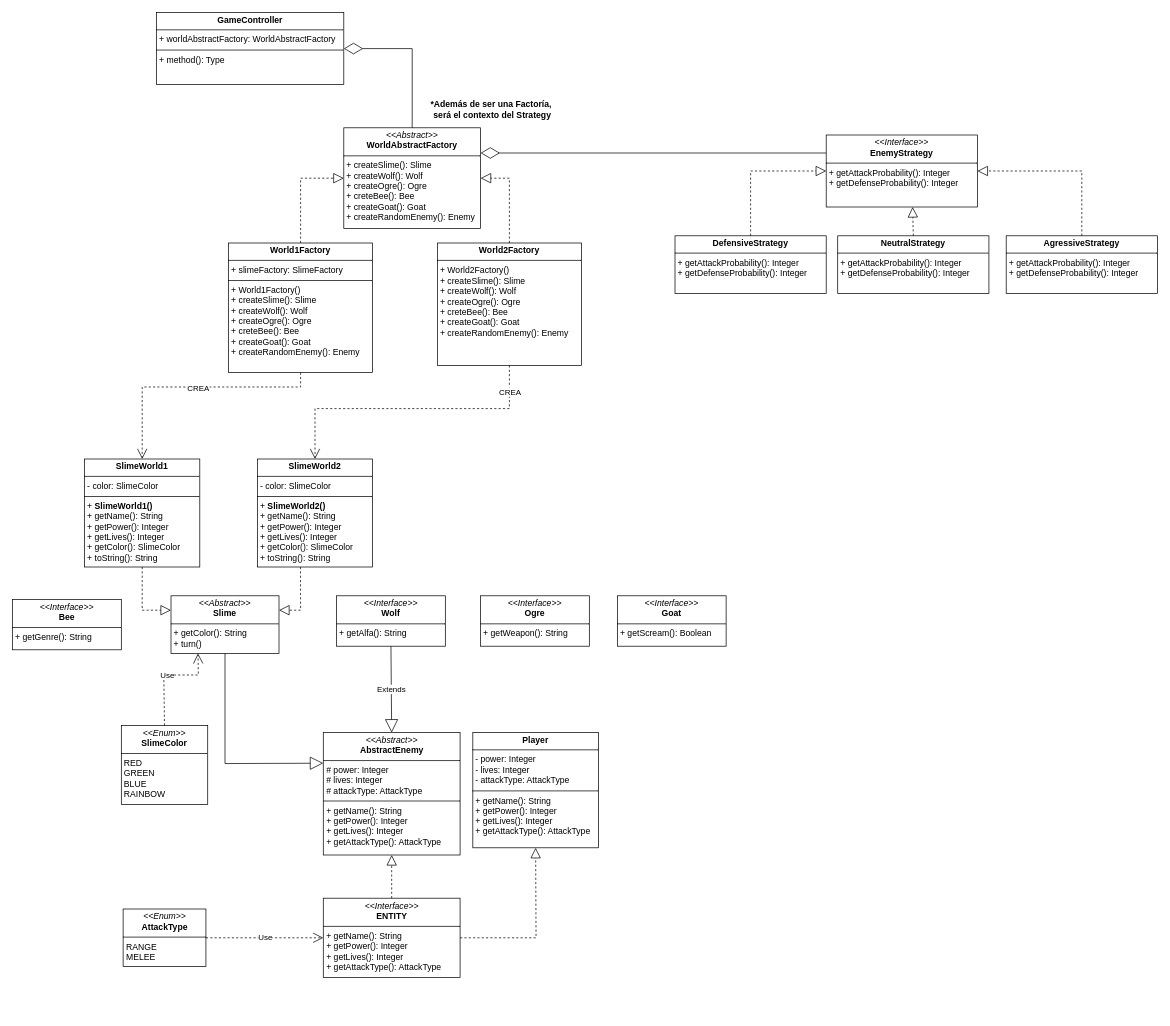
The draw.io diagram UML/DIAGRAMATRABAJOFINAL.drawio in Ronambulo/Juego-isekai-java, before the edit. Source tidied: cells renumbered, new cells numbered last; positions are measured from the earlier drawing's top-left corner, leaving out a move shared by most shapes. Both pictures are drawn from the tidied source at 72%, with x=0, y=0 at pixel (12, 12).
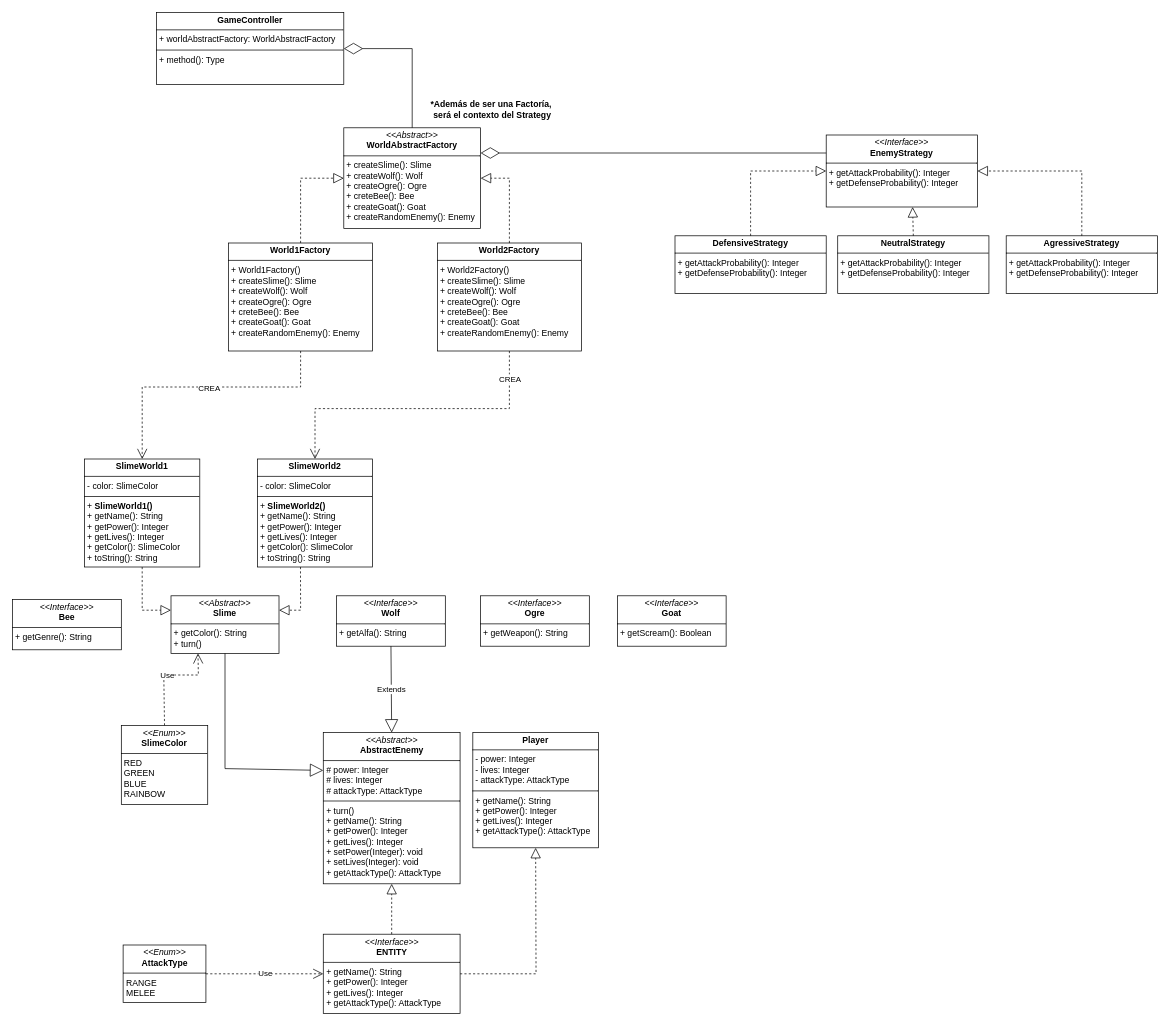
The same page after the edit.

Commit message:
Modificado UML, falta añadir metodos

Unchanged cells that the change refers to:
```xml
<mxCell id="14" value="&lt;p style=&quot;margin:0px;margin-top:4px;text-align:center;&quot;&gt;&lt;i&gt;&amp;lt;&amp;lt;Abstract&amp;gt;&amp;gt;&lt;/i&gt;&lt;br&gt;&lt;b&gt;Slime&lt;/b&gt;&lt;/p&gt;&lt;hr size=&quot;1&quot; style=&quot;border-style:solid;&quot;&gt;&lt;p style=&quot;margin:0px;margin-left:4px;&quot;&gt;&lt;/p&gt;&lt;p style=&quot;margin:0px;margin-left:4px;&quot;&gt;+ getColor(): String&lt;/p&gt;&lt;p style=&quot;margin:0px;margin-left:4px;&quot;&gt;+ turn()&lt;/p&gt;" style="verticalAlign=top;align=left;overflow=fill;html=1;whiteSpace=wrap;" parent="1" vertex="1">
  <mxGeometry x="220" y="810" width="150" height="80" as="geometry" />
</mxCell>
<mxCell id="40" value="&lt;p style=&quot;margin:0px;margin-top:4px;text-align:center;&quot;&gt;&lt;b&gt;Player&lt;/b&gt;&lt;/p&gt;&lt;hr size=&quot;1&quot; style=&quot;border-style:solid;&quot;&gt;&lt;p style=&quot;margin: 0px 0px 0px 4px;&quot;&gt;- power: Integer&lt;/p&gt;&lt;p style=&quot;margin: 0px 0px 0px 4px;&quot;&gt;- lives: Integer&lt;/p&gt;&lt;p style=&quot;margin: 0px 0px 0px 4px;&quot;&gt;- attackType: AttackType&lt;/p&gt;&lt;hr style=&quot;border-style: solid;&quot; size=&quot;1&quot;&gt;&lt;p style=&quot;margin: 0px 0px 0px 4px;&quot;&gt;+ getName(): String&lt;/p&gt;&lt;p style=&quot;margin: 0px 0px 0px 4px;&quot;&gt;+ getPower(): Integer&lt;/p&gt;&lt;p style=&quot;margin: 0px 0px 0px 4px;&quot;&gt;+ getLives(): Integer&lt;/p&gt;&lt;p style=&quot;margin: 0px 0px 0px 4px;&quot;&gt;+ getAttackType(): AttackType&lt;/p&gt;" style="verticalAlign=top;align=left;overflow=fill;html=1;whiteSpace=wrap;" parent="1" vertex="1">
  <mxGeometry x="639.2" y="1000" width="174.5" height="160" as="geometry" />
</mxCell>
```

Change to the diagram source:
```diff
@@
-    <mxCell id="5" value="&lt;p style=&quot;margin:0px;margin-top:4px;text-align:center;&quot;&gt;&lt;b&gt;World1Factory&lt;/b&gt;&lt;/p&gt;&lt;hr size=&quot;1&quot; style=&quot;border-style:solid;&quot;&gt;&lt;p style=&quot;margin:0px;margin-left:4px;&quot;&gt;&lt;span style=&quot;background-color: initial;&quot;&gt;+ slimeFactory: SlimeFactory&lt;/span&gt;&lt;br&gt;&lt;/p&gt;&lt;hr size=&quot;1&quot; style=&quot;border-style:solid;&quot;&gt;&lt;p style=&quot;margin:0px;margin-left:4px;&quot;&gt;+ World1Factory()&lt;br&gt;&lt;/p&gt;&lt;p style=&quot;margin:0px;margin-left:4px;&quot;&gt;+ createSlime(): Slime&lt;/p&gt;&lt;p style=&quot;margin:0px;margin-left:4px;&quot;&gt;+ createWolf(): Wolf&lt;/p&gt;&lt;p style=&quot;margin:0px;margin-left:4px;&quot;&gt;+ createOgre(): Ogre&lt;/p&gt;&lt;p style=&quot;margin:0px;margin-left:4px;&quot;&gt;+ creteBee(): Bee&lt;/p&gt;&lt;p style=&quot;margin:0px;margin-left:4px;&quot;&gt;+ createGoat(): Goat&lt;br&gt;&lt;/p&gt;&lt;p style=&quot;margin:0px;margin-left:4px;&quot;&gt;+ createRandomEnemy(): Enemy&lt;/p&gt;" style="verticalAlign=top;align=left;overflow=fill;html=1;whiteSpace=wrap;" parent="1" vertex="1">
-      <mxGeometry x="300" y="320" width="200" height="180" as="geometry" />
+    <mxCell id="5" value="&lt;p style=&quot;margin:0px;margin-top:4px;text-align:center;&quot;&gt;&lt;b&gt;World1Factory&lt;/b&gt;&lt;/p&gt;&lt;hr size=&quot;1&quot; style=&quot;border-style:solid;&quot;&gt;&lt;p style=&quot;margin:0px;margin-left:4px;&quot;&gt;&lt;/p&gt;&lt;p style=&quot;margin:0px;margin-left:4px;&quot;&gt;+ World1Factory()&lt;br&gt;&lt;/p&gt;&lt;p style=&quot;margin:0px;margin-left:4px;&quot;&gt;+ createSlime(): Slime&lt;/p&gt;&lt;p style=&quot;margin:0px;margin-left:4px;&quot;&gt;+ createWolf(): Wolf&lt;/p&gt;&lt;p style=&quot;margin:0px;margin-left:4px;&quot;&gt;+ createOgre(): Ogre&lt;/p&gt;&lt;p style=&quot;margin:0px;margin-left:4px;&quot;&gt;+ creteBee(): Bee&lt;/p&gt;&lt;p style=&quot;margin:0px;margin-left:4px;&quot;&gt;+ createGoat(): Goat&lt;br&gt;&lt;/p&gt;&lt;p style=&quot;margin:0px;margin-left:4px;&quot;&gt;+ createRandomEnemy(): Enemy&lt;/p&gt;" style="verticalAlign=top;align=left;overflow=fill;html=1;whiteSpace=wrap;" parent="1" vertex="1">
+      <mxGeometry x="300" y="320" width="200" height="150" as="geometry" />
     </mxCell>
@@
     <mxCell id="8" value="&lt;p style=&quot;margin:0px;margin-top:4px;text-align:center;&quot;&gt;&lt;b&gt;World2Factory&lt;/b&gt;&lt;/p&gt;&lt;hr size=&quot;1&quot; style=&quot;border-style:solid;&quot;&gt;&lt;p style=&quot;margin:0px;margin-left:4px;&quot;&gt;&lt;/p&gt;&lt;p style=&quot;margin:0px;margin-left:4px;&quot;&gt;+ World2Factory()&lt;br&gt;&lt;/p&gt;&lt;p style=&quot;margin:0px;margin-left:4px;&quot;&gt;+ createSlime(): Slime&lt;/p&gt;&lt;p style=&quot;margin:0px;margin-left:4px;&quot;&gt;+ createWolf(): Wolf&lt;/p&gt;&lt;p style=&quot;margin:0px;margin-left:4px;&quot;&gt;+ createOgre(): Ogre&lt;/p&gt;&lt;p style=&quot;margin:0px;margin-left:4px;&quot;&gt;+ creteBee(): Bee&lt;/p&gt;&lt;p style=&quot;margin:0px;margin-left:4px;&quot;&gt;+ createGoat(): Goat&lt;br&gt;&lt;/p&gt;&lt;p style=&quot;margin:0px;margin-left:4px;&quot;&gt;+ createRandomEnemy(): Enemy&lt;/p&gt;" style="verticalAlign=top;align=left;overflow=fill;html=1;whiteSpace=wrap;" parent="1" vertex="1">
-      <mxGeometry x="590" y="320" width="200" height="170" as="geometry" />
+      <mxGeometry x="590" y="320" width="200" height="150" as="geometry" />
     </mxCell>
@@
     <mxCell id="19" style="endArrow=block;endSize=16;endFill=0;html=1;rounded=0;entryX=0;entryY=0.25;entryDx=0;entryDy=0;exitX=0.5;exitY=1;exitDx=0;exitDy=0;" parent="1" edge="1" source="14" target="33">
       <mxGeometry relative="1" as="geometry">
         <Array as="points">
-          <mxPoint x="295" y="1043" />
+          <mxPoint x="295" y="1050" />
         </Array>
       </mxGeometry>
     </mxCell>
@@
     <mxCell id="32" value="&lt;p style=&quot;margin:0px;margin-top:4px;text-align:center;&quot;&gt;&lt;i&gt;&amp;lt;&amp;lt;Enum&amp;gt;&amp;gt;&lt;/i&gt;&lt;br&gt;&lt;b&gt;AttackType&lt;/b&gt;&lt;/p&gt;&lt;hr size=&quot;1&quot; style=&quot;border-style:solid;&quot;&gt;&lt;p style=&quot;margin:0px;margin-left:4px;&quot;&gt;RANGE&lt;/p&gt;&lt;p style=&quot;margin:0px;margin-left:4px;&quot;&gt;MELEE&lt;/p&gt;" style="verticalAlign=top;align=left;overflow=fill;html=1;whiteSpace=wrap;" parent="1" vertex="1">
-      <mxGeometry x="153.5" y="1245" width="115" height="80" as="geometry" />
+      <mxGeometry x="153.5" y="1295" width="115" height="80" as="geometry" />
     </mxCell>
-    <mxCell id="33" value="&lt;p style=&quot;margin:0px;margin-top:4px;text-align:center;&quot;&gt;&lt;i&gt;&amp;lt;&amp;lt;Abstract&amp;gt;&amp;gt;&lt;/i&gt;&lt;br&gt;&lt;b&gt;AbstractEnemy&lt;/b&gt;&lt;/p&gt;&lt;hr size=&quot;1&quot; style=&quot;border-style:solid;&quot;&gt;&lt;p style=&quot;margin:0px;margin-left:4px;&quot;&gt;# power: Integer&lt;/p&gt;&lt;p style=&quot;margin:0px;margin-left:4px;&quot;&gt;# lives: Integer&lt;/p&gt;&lt;p style=&quot;margin:0px;margin-left:4px;&quot;&gt;# attackType: AttackType&lt;/p&gt;&lt;hr size=&quot;1&quot; style=&quot;border-style:solid;&quot;&gt;&lt;p style=&quot;margin: 0px 0px 0px 4px;&quot;&gt;+ getName(): String&lt;/p&gt;&lt;p style=&quot;margin: 0px 0px 0px 4px;&quot;&gt;+ getPower(): Integer&lt;/p&gt;&lt;p style=&quot;margin: 0px 0px 0px 4px;&quot;&gt;+ getLives(): Integer&lt;/p&gt;&lt;p style=&quot;margin: 0px 0px 0px 4px;&quot;&gt;+ getAttackType(): AttackType&lt;br&gt;&lt;/p&gt;" style="verticalAlign=top;align=left;overflow=fill;html=1;whiteSpace=wrap;" parent="1" vertex="1">
-      <mxGeometry x="431.5" y="1000" width="190" height="170" as="geometry" />
+    <mxCell id="33" value="&lt;p style=&quot;margin:0px;margin-top:4px;text-align:center;&quot;&gt;&lt;i&gt;&amp;lt;&amp;lt;Abstract&amp;gt;&amp;gt;&lt;/i&gt;&lt;br&gt;&lt;b&gt;AbstractEnemy&lt;/b&gt;&lt;/p&gt;&lt;hr size=&quot;1&quot; style=&quot;border-style:solid;&quot;&gt;&lt;p style=&quot;margin:0px;margin-left:4px;&quot;&gt;# power: Integer&lt;/p&gt;&lt;p style=&quot;margin:0px;margin-left:4px;&quot;&gt;# lives: Integer&lt;/p&gt;&lt;p style=&quot;margin:0px;margin-left:4px;&quot;&gt;# attackType: AttackType&lt;/p&gt;&lt;hr size=&quot;1&quot; style=&quot;border-style:solid;&quot;&gt;&lt;p style=&quot;margin: 0px 0px 0px 4px;&quot;&gt;+ turn()&lt;/p&gt;&lt;p style=&quot;margin: 0px 0px 0px 4px;&quot;&gt;+ getName(): String&lt;/p&gt;&lt;p style=&quot;margin: 0px 0px 0px 4px;&quot;&gt;+ getPower(): Integer&lt;/p&gt;&lt;p style=&quot;margin: 0px 0px 0px 4px;&quot;&gt;+ getLives(): Integer&lt;/p&gt;&lt;p style=&quot;margin: 0px 0px 0px 4px;&quot;&gt;+ setPower(Integer): void&lt;br&gt;&lt;/p&gt;&lt;p style=&quot;margin: 0px 0px 0px 4px;&quot;&gt;+ setLives(Integer): void&lt;br&gt;&lt;/p&gt;&lt;p style=&quot;margin: 0px 0px 0px 4px;&quot;&gt;&lt;span style=&quot;background-color: initial;&quot;&gt;+ getAttackType(): AttackType&lt;/span&gt;&lt;br&gt;&lt;/p&gt;" style="verticalAlign=top;align=left;overflow=fill;html=1;whiteSpace=wrap;" parent="1" vertex="1">
+      <mxGeometry x="431.5" y="1000" width="190" height="210" as="geometry" />
     </mxCell>
@@
     <mxCell id="37" value="&lt;p style=&quot;margin:0px;margin-top:4px;text-align:center;&quot;&gt;&lt;i&gt;&amp;lt;&amp;lt;Interface&amp;gt;&amp;gt;&lt;/i&gt;&lt;br&gt;&lt;b&gt;ENTITY&lt;/b&gt;&lt;/p&gt;&lt;hr size=&quot;1&quot; style=&quot;border-style:solid;&quot;&gt;&lt;p style=&quot;margin: 0px 0px 0px 4px;&quot;&gt;+ getName(): String&lt;/p&gt;&lt;p style=&quot;margin: 0px 0px 0px 4px;&quot;&gt;+ getPower(): Integer&lt;/p&gt;&lt;p style=&quot;margin: 0px 0px 0px 4px;&quot;&gt;+ getLives(): Integer&lt;/p&gt;&lt;p style=&quot;margin: 0px 0px 0px 4px;&quot;&gt;+ getAttackType(): AttackType&lt;/p&gt;" style="verticalAlign=top;align=left;overflow=fill;html=1;whiteSpace=wrap;" parent="1" vertex="1">
-      <mxGeometry x="431.5" y="1230" width="190" height="110" as="geometry" />
+      <mxGeometry x="431.5" y="1280" width="190" height="110" as="geometry" />
     </mxCell>
@@
     <mxCell id="41" style="endArrow=block;dashed=1;endFill=0;endSize=12;html=1;rounded=0;entryX=0.5;entryY=1;entryDx=0;entryDy=0;exitX=1;exitY=0.5;exitDx=0;exitDy=0;" parent="1" edge="1" source="37" target="40">
       <mxGeometry relative="1" as="geometry">
         <Array as="points">
-          <mxPoint x="727" y="1285" />
+          <mxPoint x="727" y="1335" />
         </Array>
       </mxGeometry>
     </mxCell>
```
